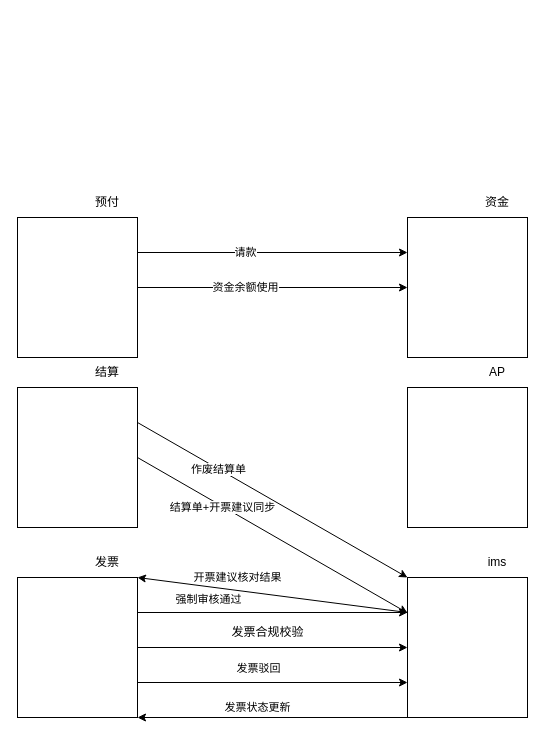
Above: page "Page-2" (2 of 2) of 预付流程.drawio in clinkz/whatgithubis (draw.io), before the change. Source tidied: cells renumbered, new cells numbered last; positions are measured from the earlier drawing's top-left corner, leaving out a move shared by most shapes. Both pictures are drawn from the tidied source at 100%, with x=0, y=0 at pixel (17, 187).
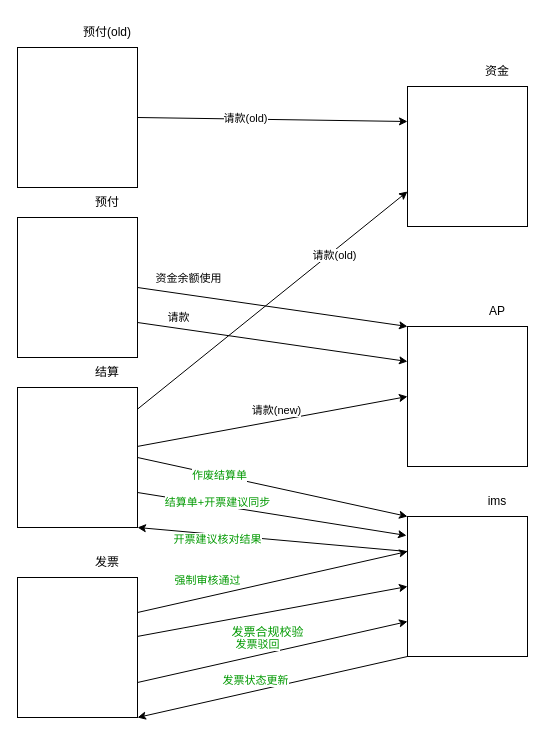
After the change.

Unchanged cells that the change refers to:
```xml
<mxCell id="3" style="rounded=0;whiteSpace=wrap;html=1;shadow=0;" parent="2" vertex="1">
  <mxGeometry y="30" width="120" height="140" as="geometry" />
</mxCell>
<mxCell id="6" style="rounded=0;whiteSpace=wrap;html=1;" parent="5" vertex="1">
  <mxGeometry y="30" width="120" height="140" as="geometry" />
</mxCell>
<mxCell id="9" style="rounded=0;whiteSpace=wrap;html=1;" parent="8" vertex="1">
  <mxGeometry y="30" width="120" height="140" as="geometry" />
</mxCell>
<mxCell id="12" style="rounded=0;whiteSpace=wrap;html=1;" parent="11" vertex="1">
  <mxGeometry y="30" width="120" height="140" as="geometry" />
</mxCell>
<mxCell id="15" style="rounded=0;whiteSpace=wrap;html=1;" parent="14" vertex="1">
  <mxGeometry y="30" width="120" height="140" as="geometry" />
</mxCell>
<mxCell id="18" style="rounded=0;whiteSpace=wrap;html=1;" parent="17" vertex="1">
  <mxGeometry y="30" width="120" height="140" as="geometry" />
</mxCell>
```

What changed in the source:
```diff
@@
     <mxCell id="11" style="group;" parent="1" vertex="1">
-      <mxGeometry x="390" y="360" width="120" height="170" as="geometry" />
+      <mxGeometry x="390" y="299" width="120" height="170" as="geometry" />
     </mxCell>
@@
     <mxCell id="14" style="group;" parent="1" vertex="1">
-      <mxGeometry x="390" y="170" width="120" height="170" as="geometry" />
+      <mxGeometry x="390" y="109" width="120" height="170" as="geometry" />
     </mxCell>
@@
     <mxCell id="17" style="group;" parent="1" vertex="1">
-      <mxGeometry x="390" width="120" height="170" as="geometry" />
+      <mxGeometry x="390" y="-131" width="120" height="170" as="geometry" />
     </mxCell>
@@
-    <mxCell id="20" style="rounded=0;jettySize=auto;html=1;entryX=0;entryY=0.25;entryDx=0;entryDy=0;endArrow=classic;endFill=1;exitX=1;exitY=0.25;exitDx=0;exitDy=0;" parent="1" edge="1" source="3" target="18">
+    <mxCell id="20" style="rounded=0;jettySize=auto;html=1;entryX=0;entryY=0.25;entryDx=0;entryDy=0;endArrow=classic;endFill=1;exitX=1;exitY=0.5;exitDx=0;exitDy=0;" parent="1" edge="1" source="41" target="18">
       <mxGeometry relative="1" as="geometry" />
     </mxCell>
-    <mxCell id="21" value="请款" style="edgeLabel;html=1;align=center;verticalAlign=middle;" parent="20" vertex="1">
+    <mxCell id="21" value="请款(old)" style="edgeLabel;html=1;align=center;verticalAlign=middle;" parent="20" vertex="1">
       <mxGeometry x="-0.21" y="1" relative="1" as="geometry" />
     </mxCell>
-    <mxCell id="22" style="edgeStyle=none;rounded=0;jettySize=auto;html=1;endArrow=classic;endFill=1;" parent="1" edge="1" source="3" target="18">
+    <mxCell id="22" style="edgeStyle=none;rounded=0;jettySize=auto;html=1;endArrow=classic;endFill=1;entryX=0;entryY=0;entryDx=0;entryDy=0;exitX=1;exitY=0.5;exitDx=0;exitDy=0;" parent="1" edge="1" source="3" target="15">
       <mxGeometry relative="1" as="geometry" />
     </mxCell>
     <mxCell id="23" value="资金余额使用" style="edgeLabel;html=1;align=center;verticalAlign=middle;" parent="22" vertex="1">
-      <mxGeometry x="-0.21" y="1" relative="1" as="geometry" />
+      <mxGeometry x="-0.21" y="1" relative="1" as="geometry">
+        <mxPoint x="-57" y="-24" as="offset" />
+      </mxGeometry>
     </mxCell>
-    <mxCell id="24" style="edgeStyle=none;rounded=0;jettySize=auto;html=1;entryX=0;entryY=0.5;entryDx=0;entryDy=0;endArrow=classic;endFill=1;" parent="1" edge="1" source="9" target="12">
+    <mxCell id="24" style="edgeStyle=none;rounded=0;jettySize=auto;html=1;entryX=0;entryY=0.5;entryDx=0;entryDy=0;endArrow=classic;endFill=1;fontColor=#009900;" parent="1" edge="1" source="9" target="12">
       <mxGeometry relative="1" as="geometry" />
     </mxCell>
-    <mxCell id="25" value="发票合规校验" style="text;html=1;align=center;verticalAlign=middle;strokeColor=none;fillColor=none;" parent="1" vertex="1">
+    <mxCell id="25" value="发票合规校验" style="text;html=1;align=center;verticalAlign=middle;strokeColor=none;fillColor=none;fontColor=#009900;" parent="1" vertex="1">
       <mxGeometry x="205" y="435" width="90" height="20" as="geometry" />
     </mxCell>
-    <mxCell id="26" style="edgeStyle=none;rounded=0;jettySize=auto;html=1;endArrow=classic;endFill=1;exitX=1;exitY=0.5;exitDx=0;exitDy=0;" parent="1" edge="1" source="6" target="12">
+    <mxCell id="26" style="edgeStyle=none;rounded=0;jettySize=auto;html=1;endArrow=classic;endFill=1;exitX=1;exitY=0.75;exitDx=0;exitDy=0;entryX=-0.008;entryY=0.136;entryDx=0;entryDy=0;entryPerimeter=0;fontColor=#009900;" parent="1" edge="1" source="6" target="12">
       <mxGeometry relative="1" as="geometry" />
     </mxCell>
-    <mxCell id="27" value="结算单+开票建议同步" style="edgeLabel;html=1;align=center;verticalAlign=middle;" parent="26" vertex="1">
+    <mxCell id="27" value="结算单+开票建议同步" style="edgeLabel;html=1;align=center;verticalAlign=middle;fontColor=#009900;" parent="26" vertex="1">
       <mxGeometry x="-0.52" y="1" relative="1" as="geometry">
-        <mxPoint x="19" y="13" as="offset" />
+        <mxPoint x="15" as="offset" />
       </mxGeometry>
     </mxCell>
-    <mxCell id="28" style="edgeStyle=none;rounded=0;jettySize=auto;html=1;entryX=0;entryY=0;entryDx=0;entryDy=0;endArrow=classic;endFill=1;exitX=1;exitY=0.25;exitDx=0;exitDy=0;" parent="1" edge="1" source="6" target="12">
+    <mxCell id="28" style="edgeStyle=none;rounded=0;jettySize=auto;html=1;entryX=0;entryY=0;entryDx=0;entryDy=0;endArrow=classic;endFill=1;exitX=1;exitY=0.5;exitDx=0;exitDy=0;" parent="1" edge="1" source="6" target="12">
       <mxGeometry relative="1" as="geometry" />
     </mxCell>
-    <mxCell id="29" value="作废结算单" style="edgeLabel;html=1;align=center;verticalAlign=middle;" parent="28" vertex="1">
+    <mxCell id="29" value="作废结算单" style="edgeLabel;html=1;align=center;verticalAlign=middle;fontColor=#009900;" parent="28" vertex="1">
       <mxGeometry x="-0.4" relative="1" as="geometry" />
     </mxCell>
-    <mxCell id="30" style="edgeStyle=none;rounded=0;jettySize=auto;html=1;entryX=0;entryY=0.75;entryDx=0;entryDy=0;endArrow=classic;endFill=1;exitX=1;exitY=0.75;exitDx=0;exitDy=0;" parent="1" edge="1" source="9" target="12">
+    <mxCell id="30" style="edgeStyle=none;rounded=0;jettySize=auto;html=1;entryX=0;entryY=0.75;entryDx=0;entryDy=0;endArrow=classic;endFill=1;exitX=1;exitY=0.75;exitDx=0;exitDy=0;fontColor=#009900;" parent="1" edge="1" source="9" target="12">
       <mxGeometry relative="1" as="geometry" />
     </mxCell>
-    <mxCell id="31" value="发票驳回" style="edgeLabel;html=1;align=center;verticalAlign=middle;" parent="30" vertex="1">
+    <mxCell id="31" value="发票驳回" style="edgeLabel;html=1;align=center;verticalAlign=middle;fontColor=#009900;" parent="30" vertex="1">
       <mxGeometry x="-0.23" y="4" relative="1" as="geometry">
         <mxPoint x="16" y="-11" as="offset" />
       </mxGeometry>
     </mxCell>
-    <mxCell id="32" value="发票状态更新" style="edgeStyle=none;rounded=0;jettySize=auto;html=1;entryX=1;entryY=1;entryDx=0;entryDy=0;endArrow=classic;endFill=1;exitX=0;exitY=1;exitDx=0;exitDy=0;" parent="1" edge="1" source="12" target="9">
+    <mxCell id="32" value="发票状态更新" style="edgeStyle=none;rounded=0;jettySize=auto;html=1;entryX=1;entryY=1;entryDx=0;entryDy=0;endArrow=classic;endFill=1;exitX=0;exitY=1;exitDx=0;exitDy=0;fontColor=#009900;" parent="1" edge="1" source="12" target="9">
       <mxGeometry x="0.11" y="-10" relative="1" as="geometry" />
     </mxCell>
-    <mxCell id="33" style="edgeStyle=none;rounded=0;jettySize=auto;html=1;entryX=0;entryY=0.25;entryDx=0;entryDy=0;endArrow=classic;endFill=1;exitX=1;exitY=0.25;exitDx=0;exitDy=0;" parent="1" edge="1" source="9" target="12">
+    <mxCell id="33" style="edgeStyle=none;rounded=0;jettySize=auto;html=1;entryX=0;entryY=0.25;entryDx=0;entryDy=0;endArrow=classic;endFill=1;exitX=1;exitY=0.25;exitDx=0;exitDy=0;fontColor=#009900;" parent="1" edge="1" source="9" target="12">
       <mxGeometry relative="1" as="geometry" />
     </mxCell>
-    <mxCell id="34" value="强制审核通过" style="edgeLabel;html=1;align=center;verticalAlign=middle;" parent="33" vertex="1">
+    <mxCell id="34" value="强制审核通过" style="edgeLabel;html=1;align=center;verticalAlign=middle;fontColor=#009900;" parent="33" vertex="1">
       <mxGeometry x="-0.39" relative="1" as="geometry">
         <mxPoint x="-12" y="-14" as="offset" />
       </mxGeometry>
     </mxCell>
-    <mxCell id="35" value="开票建议核对结果" style="edgeStyle=none;rounded=0;jettySize=auto;html=1;entryX=1;entryY=0;entryDx=0;entryDy=0;endArrow=classic;endFill=1;exitX=0;exitY=0.25;exitDx=0;exitDy=0;" parent="1" edge="1" source="12" target="9">
-      <mxGeometry x="0.27" y="-13" relative="1" as="geometry" />
+    <mxCell id="35" value="开票建议核对结果" style="edgeStyle=none;rounded=0;jettySize=auto;html=1;entryX=1;entryY=1;entryDx=0;entryDy=0;endArrow=classic;endFill=1;exitX=0;exitY=0.25;exitDx=0;exitDy=0;fontColor=#009900;" parent="1" edge="1" source="12" target="6">
+      <mxGeometry x="0.4" y="5" relative="1" as="geometry" />
     </mxCell>
+    <mxCell id="36" style="edgeStyle=none;rounded=0;jettySize=auto;html=1;entryX=0;entryY=0.75;entryDx=0;entryDy=0;endArrow=classic;endFill=1;" parent="1" edge="1" source="6" target="18">
+      <mxGeometry relative="1" as="geometry" />
+    </mxCell>
+    <mxCell id="37" value="请款(old)" style="edgeLabel;html=1;align=center;verticalAlign=middle;" parent="36" vertex="1">
+      <mxGeometry x="-0.16" relative="1" as="geometry">
+        <mxPoint x="83" y="-63" as="offset" />
+      </mxGeometry>
+    </mxCell>
+    <mxCell id="38" style="edgeStyle=none;rounded=0;jettySize=auto;html=1;entryX=0;entryY=0.25;entryDx=0;entryDy=0;endArrow=classic;endFill=1;exitX=1;exitY=0.75;exitDx=0;exitDy=0;" parent="1" edge="1" source="3" target="15">
+      <mxGeometry relative="1" as="geometry" />
+    </mxCell>
+    <mxCell id="39" value="请款" style="edgeLabel;html=1;align=center;verticalAlign=middle;" parent="38" vertex="1">
+      <mxGeometry x="-0.34" y="3" relative="1" as="geometry">
+        <mxPoint x="-49" y="-15" as="offset" />
+      </mxGeometry>
+    </mxCell>
+    <mxCell id="40" style="group;" parent="1" vertex="1">
+      <mxGeometry y="-170" width="120" height="170" as="geometry" />
+    </mxCell>
+    <mxCell id="41" style="rounded=0;whiteSpace=wrap;html=1;shadow=0;" parent="40" vertex="1">
+      <mxGeometry y="30" width="120" height="140" as="geometry" />
+    </mxCell>
+    <mxCell id="42" value="预付(old)" style="text;html=1;strokeColor=none;fillColor=none;align=center;verticalAlign=middle;whiteSpace=wrap;rounded=0;shadow=0;" parent="40" vertex="1">
+      <mxGeometry x="60" width="60" height="30" as="geometry" />
+    </mxCell>
+    <mxCell id="43" value="请款(new)" style="edgeStyle=none;rounded=0;jettySize=auto;html=1;entryX=0;entryY=0.5;entryDx=0;entryDy=0;endArrow=classic;endFill=1;" parent="1" edge="1" source="6" target="15">
+      <mxGeometry x="0.04" y="10" relative="1" as="geometry" />
+    </mxCell>
```
